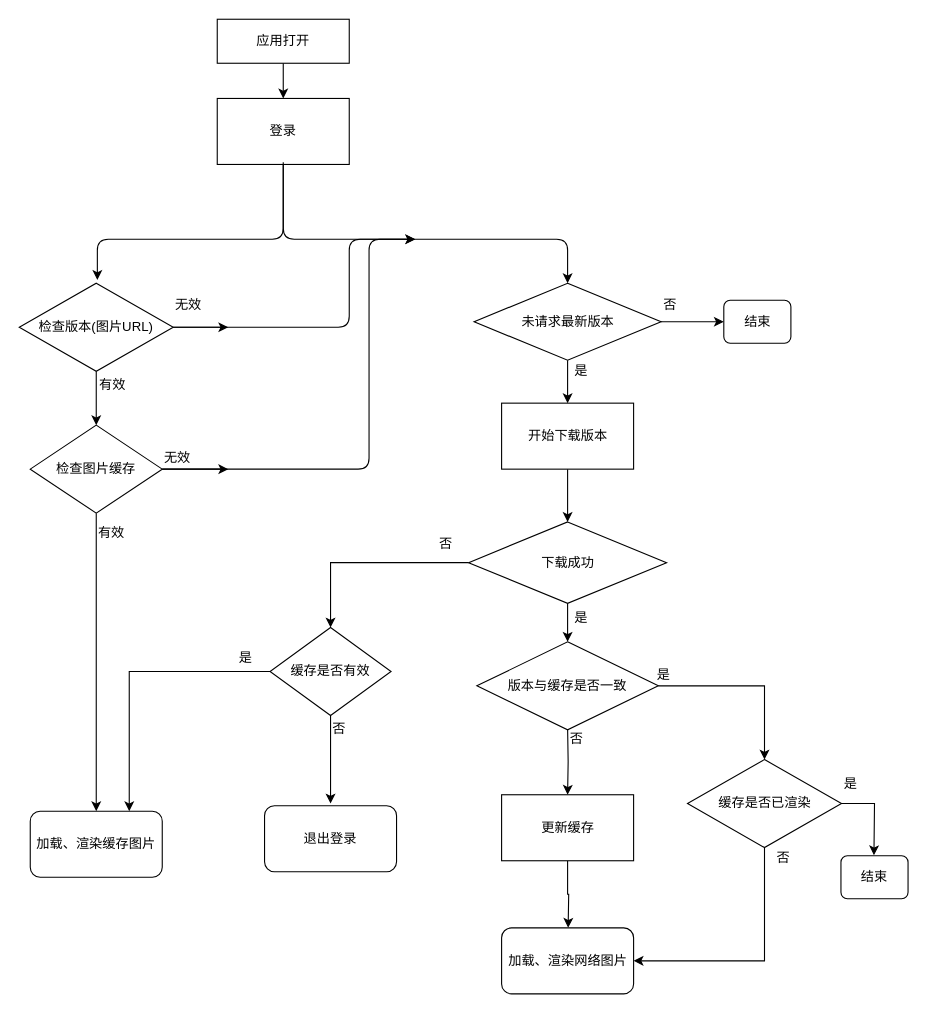
Before: Untitled Diagram.drawio in 666luyong/Diagram, a draw.io diagram. Source tidied: cells renumbered, new cells numbered last; positions are measured from the earlier drawing's top-left corner, leaving out a move shared by most shapes. Both pictures are drawn from the tidied source at 110%, with x=0, y=0 at pixel (19, 19).
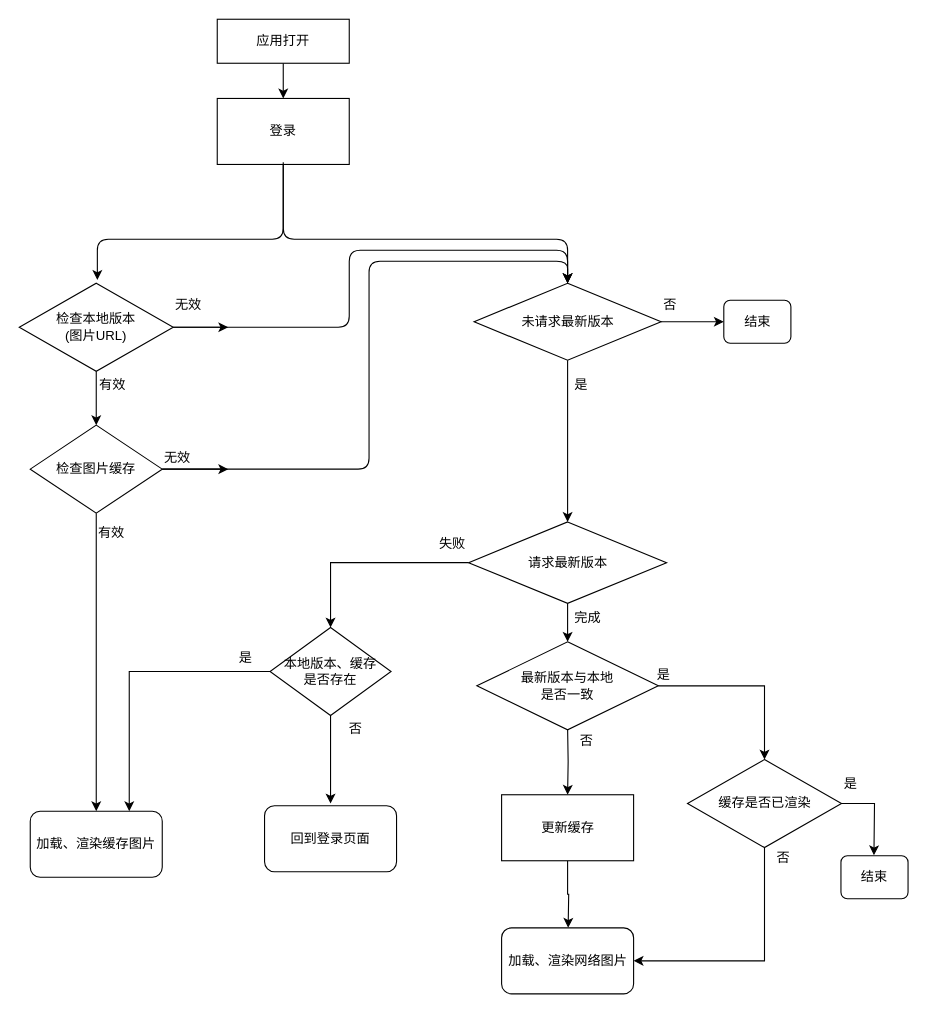
The same diagram, later.

Unchanged cells that the change refers to:
```xml
<mxCell id="17" value="检查图片缓存" style="rhombus;whiteSpace=wrap;html=1;" parent="1" vertex="1">
  <mxGeometry x="10" y="369" width="120" height="80" as="geometry" />
</mxCell>
<mxCell id="33" value="未请求最新版本" style="rhombus;whiteSpace=wrap;html=1;" parent="1" vertex="1">
  <mxGeometry x="413.5" y="240" width="170" height="70" as="geometry" />
</mxCell>
```

Diff of the diagram source:
```diff
@@
-    <mxCell id="10" value="版本与缓存是否一致" style="rhombus;whiteSpace=wrap;html=1;" parent="1" vertex="1">
+    <mxCell id="10" value="最新版本与本地&lt;br&gt;是否一致" style="rhombus;whiteSpace=wrap;html=1;" parent="1" vertex="1">
       <mxGeometry x="416" y="566" width="165" height="80" as="geometry" />
     </mxCell>
     <mxCell id="11" value="否" style="text;html=1;align=left;verticalAlign=top;spacingTop=-4;" parent="1" vertex="1">
-      <mxGeometry x="498.5" y="644" width="30" height="20" as="geometry" />
+      <mxGeometry x="508" y="646" width="30" height="20" as="geometry" />
     </mxCell>
@@
-    <mxCell id="14" value="&lt;span style=&quot;white-space: normal&quot;&gt;检查版本(图片URL)&lt;/span&gt;" style="rhombus;whiteSpace=wrap;html=1;" parent="1" vertex="1">
+    <mxCell id="14" value="&lt;span style=&quot;white-space: normal&quot;&gt;检查本地版本&lt;br&gt;(图片URL)&lt;/span&gt;" style="rhombus;whiteSpace=wrap;html=1;" parent="1" vertex="1">
       <mxGeometry y="240" width="140" height="80" as="geometry" />
     </mxCell>
@@
-    <mxCell id="29" style="edgeStyle=segmentEdgeStyle;endArrow=classic;html=1;exitX=1;exitY=0.5;exitDx=0;exitDy=0;" parent="1" edge="1" source="14">
+    <mxCell id="29" style="edgeStyle=segmentEdgeStyle;endArrow=classic;html=1;exitX=1;exitY=0.5;exitDx=0;exitDy=0;entryX=0.5;entryY=0;entryDx=0;entryDy=0;" parent="1" edge="1" source="14" target="33">
       <mxGeometry relative="1" as="geometry">
-        <mxPoint x="360" y="200" as="targetPoint" />
         <Array as="points">
           <mxPoint x="300" y="280" />
-          <mxPoint x="300" y="200" />
+          <mxPoint x="300" y="210" />
+          <mxPoint x="499" y="210" />
         </Array>
       </mxGeometry>
     </mxCell>
-    <mxCell id="30" style="edgeStyle=segmentEdgeStyle;endArrow=classic;html=1;exitX=1;exitY=0.5;exitDx=0;exitDy=0;" parent="1" edge="1" source="17">
+    <mxCell id="30" style="edgeStyle=segmentEdgeStyle;endArrow=classic;html=1;exitX=1;exitY=0.5;exitDx=0;exitDy=0;entryX=0.5;entryY=0;entryDx=0;entryDy=0;" parent="1" edge="1" source="17" target="33">
       <mxGeometry relative="1" as="geometry">
-        <mxPoint x="360" y="200" as="targetPoint" />
         <Array as="points">
           <mxPoint x="318" y="409" />
-          <mxPoint x="318" y="200" />
+          <mxPoint x="318" y="220" />
+          <mxPoint x="499" y="220" />
         </Array>
       </mxGeometry>
     </mxCell>
-    <mxCell id="31" style="edgeStyle=orthogonalEdgeStyle;rounded=0;jettySize=auto;html=1;entryX=0.5;entryY=0;entryDx=0;entryDy=0;" parent="1" edge="1" source="33" target="35">
+    <mxCell id="31" style="edgeStyle=orthogonalEdgeStyle;rounded=0;jettySize=auto;html=1;entryX=0.5;entryY=0;entryDx=0;entryDy=0;" parent="1" edge="1" source="33" target="42">
       <mxGeometry relative="1" as="geometry" />
     </mxCell>
@@
-    <mxCell id="34" style="edgeStyle=orthogonalEdgeStyle;rounded=0;jettySize=auto;html=1;entryX=0.5;entryY=0;entryDx=0;entryDy=0;" parent="1" edge="1" source="35" target="42">
-      <mxGeometry relative="1" as="geometry" />
-    </mxCell>
-    <mxCell id="35" value="开始下载版本" style="rounded=0;whiteSpace=wrap;html=1;" parent="1" vertex="1">
-      <mxGeometry x="438.5" y="349" width="120" height="60" as="geometry" />
-    </mxCell>
     <mxCell id="36" value="是" style="text;html=1;align=left;verticalAlign=top;spacingTop=-4;" parent="1" vertex="1">
-      <mxGeometry x="503" y="310" width="30" height="20" as="geometry" />
+      <mxGeometry x="503" y="323" width="30" height="20" as="geometry" />
     </mxCell>
@@
-    <mxCell id="42" value="下载成功" style="rhombus;whiteSpace=wrap;html=1;" parent="1" vertex="1">
+    <mxCell id="42" value="请求最新版本" style="rhombus;whiteSpace=wrap;html=1;" parent="1" vertex="1">
       <mxGeometry x="408.5" y="457" width="180" height="74" as="geometry" />
     </mxCell>
-    <mxCell id="43" value="是" style="text;html=1;align=left;verticalAlign=top;spacingTop=-4;" parent="1" vertex="1">
-      <mxGeometry x="503" y="534" width="30" height="20" as="geometry" />
+    <mxCell id="43" value="完成" style="text;html=1;align=left;verticalAlign=top;spacingTop=-4;" parent="1" vertex="1">
+      <mxGeometry x="503" y="534" width="40" height="20" as="geometry" />
     </mxCell>
-    <mxCell id="44" value="否" style="text;html=1;align=left;verticalAlign=top;spacingTop=-4;" parent="1" vertex="1">
-      <mxGeometry x="380" y="467" width="30" height="20" as="geometry" />
+    <mxCell id="44" value="失败" style="text;html=1;align=left;verticalAlign=top;spacingTop=-4;" parent="1" vertex="1">
+      <mxGeometry x="380" y="467" width="40" height="20" as="geometry" />
     </mxCell>
@@
-    <mxCell id="49" value="缓存是否有效" style="rhombus;whiteSpace=wrap;html=1;" parent="1" vertex="1">
+    <mxCell id="49" value="本地版本、缓存&lt;br&gt;是否存在" style="rhombus;whiteSpace=wrap;html=1;" parent="1" vertex="1">
       <mxGeometry x="228" y="553" width="110" height="80" as="geometry" />
     </mxCell>
@@
-    <mxCell id="51" value="退出登录" style="rounded=1;whiteSpace=wrap;html=1;" parent="1" vertex="1">
+    <mxCell id="51" value="回到登录页面" style="rounded=1;whiteSpace=wrap;html=1;" parent="1" vertex="1">
       <mxGeometry x="223" y="715" width="120" height="60" as="geometry" />
     </mxCell>
     <mxCell id="52" value="否" style="text;html=1;align=left;verticalAlign=top;spacingTop=-4;" parent="1" vertex="1">
-      <mxGeometry x="283" y="635" width="30" height="20" as="geometry" />
+      <mxGeometry x="298" y="635" width="30" height="20" as="geometry" />
     </mxCell>
```
